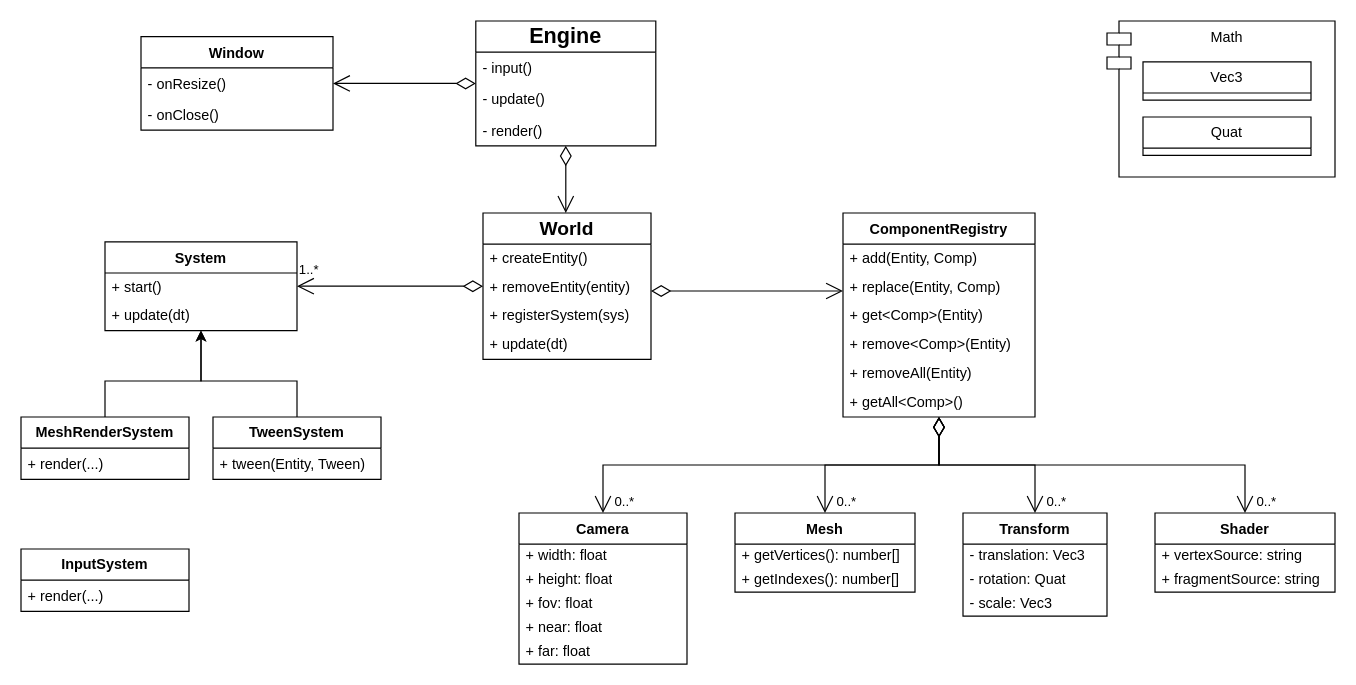
asimaruk/GGenie keeps this draw.io diagram as engine.drawio. Above is the earlier version. Source tidied: cells renumbered, new cells numbered last; positions are measured from the earlier drawing's top-left corner, leaving out a move shared by most shapes. Both pictures are drawn from the tidied source at 120%, with x=0, y=0 at pixel (20, 20).
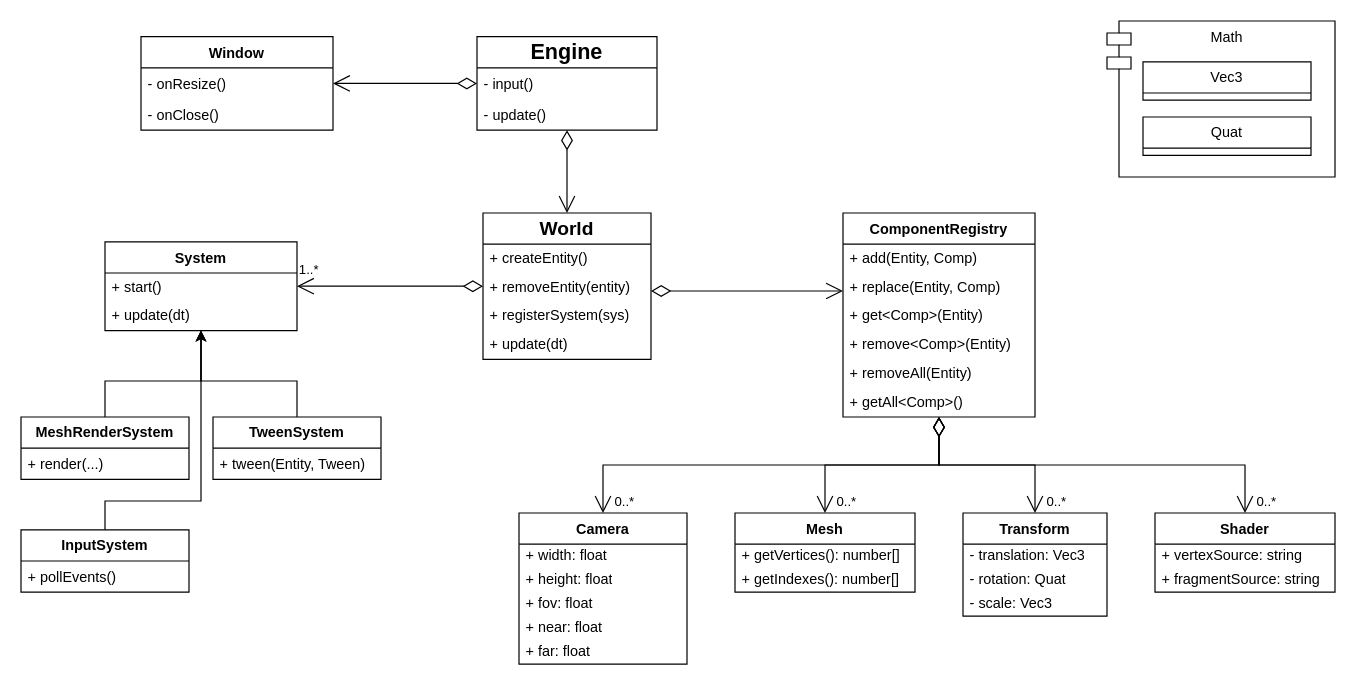
The same diagram, later.

The change refers to these unchanged cells:
```xml
<mxCell id="44" value="System" style="swimlane;fontStyle=1;align=center;verticalAlign=top;horizontal=1;startSize=26;whiteSpace=wrap;html=1;" parent="1" vertex="1">
  <mxGeometry x="70" y="184" width="160" height="74" as="geometry" />
</mxCell>
```

Diff of the diagram source:
```diff
@@
     <mxCell id="5" value="Engine" style="swimlane;fontStyle=1;align=center;verticalAlign=middle;horizontal=1;startSize=26;whiteSpace=wrap;html=1;rounded=0;fontSize=18;" parent="1" vertex="1">
-      <mxGeometry x="379" width="150" height="104" as="geometry" />
+      <mxGeometry x="380" y="13" width="150" height="78" as="geometry" />
     </mxCell>
@@
-    <mxCell id="8" value="- render()" style="text;strokeColor=none;fillColor=none;align=left;verticalAlign=top;spacingLeft=4;spacingRight=4;overflow=hidden;whiteSpace=wrap;html=1;rounded=0;" parent="5" vertex="1">
-      <mxGeometry y="78" width="150" height="26" as="geometry" />
-    </mxCell>
@@
     <mxCell id="56" value="&lt;b style=&quot;background-color: transparent; color: light-dark(rgb(0, 0, 0), rgb(255, 255, 255));&quot;&gt;InputSystem&lt;/b&gt;" style="swimlane;fontStyle=0;horizontal=1;startSize=26;whiteSpace=wrap;html=1;rounded=0;" parent="1" vertex="1">
-      <mxGeometry y="440" width="140" height="52" as="geometry" />
+      <mxGeometry y="424" width="140" height="52" as="geometry" />
     </mxCell>
-    <mxCell id="57" value="+ render(...)" style="text;strokeColor=none;fillColor=none;align=left;verticalAlign=top;spacingLeft=4;spacingRight=4;overflow=hidden;whiteSpace=wrap;html=1;rounded=0;" parent="56" vertex="1">
+    <mxCell id="57" value="+ pollEvents()" style="text;strokeColor=none;fillColor=none;align=left;verticalAlign=top;spacingLeft=4;spacingRight=4;overflow=hidden;whiteSpace=wrap;html=1;rounded=0;" parent="56" vertex="1">
       <mxGeometry y="26" width="140" height="26" as="geometry" />
     </mxCell>
@@
+    <mxCell id="61" style="edgeStyle=orthogonalEdgeStyle;rounded=0;jettySize=auto;html=1;" parent="1" edge="1" source="56" target="44">
+      <mxGeometry relative="1" as="geometry">
+        <Array as="points">
+          <mxPoint x="70" y="400" />
+          <mxPoint x="150" y="400" />
+        </Array>
+      </mxGeometry>
+    </mxCell>
```
